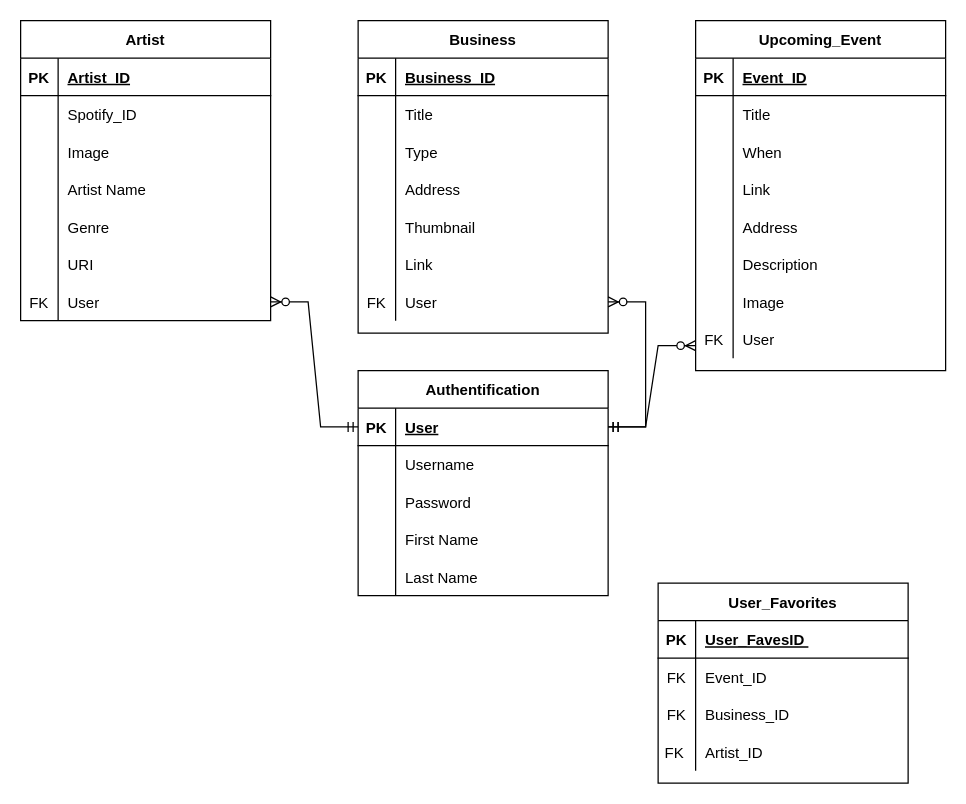
Earlier version of the draw.io diagram Untitled Diagram.drawio (NotNanetteKaye/FullStack-capstone2022). Source tidied: cells renumbered, new cells numbered last; positions are measured from the earlier drawing's top-left corner, leaving out a move shared by most shapes. Both pictures are drawn from the tidied source at 125%, with x=0, y=0 at pixel (20, 20).
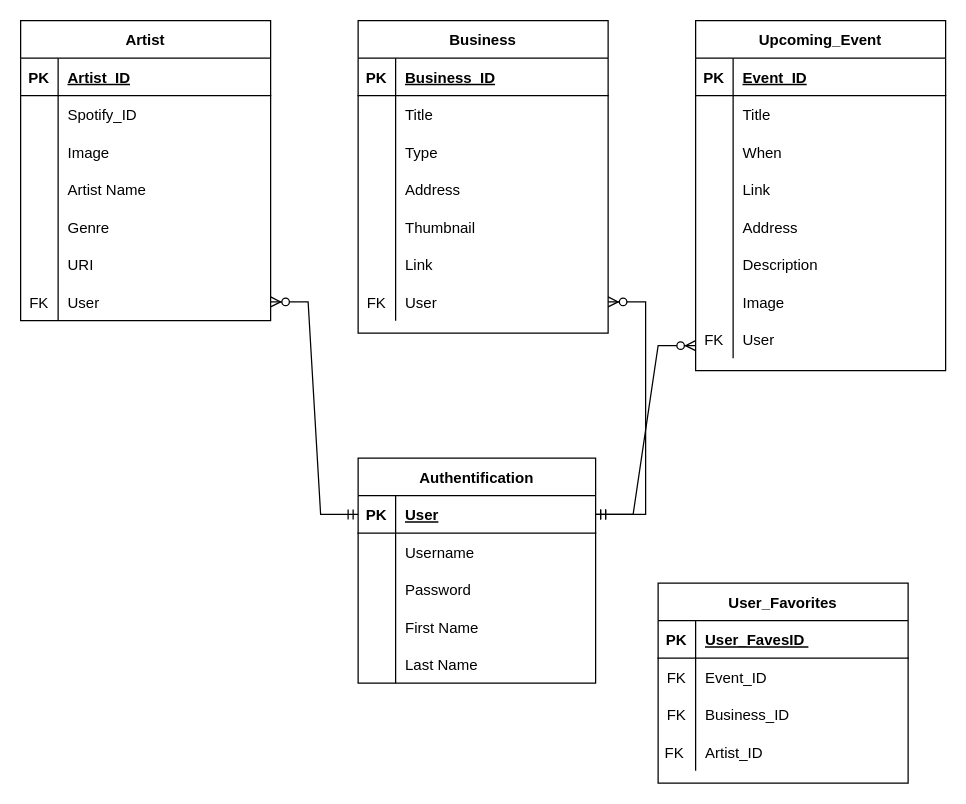
The same diagram, later.

Unchanged cells that the change refers to:
```xml
<mxCell id="59" style="shape=partialRectangle;fillColor=none;points=[[0,0.5],[1,0.5]];portConstraint=eastwest;top=0;left=0;right=0;bottom=0;" parent="40" vertex="1">
  <mxGeometry y="210" width="200" height="30" as="geometry" />
</mxCell>
```

Diff of the diagram source:
```diff
@@
     <mxCell id="84" value="Authentification" style="shape=table;startSize=30;childLayout=tableLayout;rowLines=0;fontStyle=1;align=center;" parent="1" vertex="1">
-      <mxGeometry x="270" y="280" width="200" height="180" as="geometry" />
+      <mxGeometry x="270" y="350" width="190" height="180" as="geometry" />
     </mxCell>
     <mxCell id="85" style="shape=partialRectangle;fillColor=none;points=[[0,0.5],[1,0.5]];portConstraint=eastwest;top=0;left=0;right=0;bottom=1;" parent="84" vertex="1">
-      <mxGeometry y="30" width="200" height="30" as="geometry" />
+      <mxGeometry y="30" width="190" height="30" as="geometry" />
     </mxCell>
@@
     <mxCell id="87" value="User" style="shape=partialRectangle;overflow=hidden;fillColor=none;top=0;left=0;bottom=0;right=0;align=left;spacingLeft=6;fontStyle=5;" parent="85" vertex="1">
-      <mxGeometry x="30" width="170" height="30" as="geometry" />
+      <mxGeometry x="30" width="160" height="30" as="geometry" />
     </mxCell>
     <mxCell id="88" style="shape=partialRectangle;fillColor=none;top=0;left=0;right=0;bottom=0;" parent="84" vertex="1">
-      <mxGeometry y="60" width="200" height="30" as="geometry" />
+      <mxGeometry y="60" width="190" height="30" as="geometry" />
     </mxCell>
@@
     <mxCell id="90" value="Username" style="shape=partialRectangle;overflow=hidden;fillColor=none;top=0;left=0;bottom=0;right=0;align=left;spacingLeft=6;" parent="88" vertex="1">
-      <mxGeometry x="30" width="170" height="30" as="geometry" />
+      <mxGeometry x="30" width="160" height="30" as="geometry" />
     </mxCell>
     <mxCell id="91" style="shape=partialRectangle;fillColor=none;top=0;left=0;right=0;bottom=0;" parent="84" vertex="1">
-      <mxGeometry y="90" width="200" height="30" as="geometry" />
+      <mxGeometry y="90" width="190" height="30" as="geometry" />
     </mxCell>
@@
     <mxCell id="93" value="Password" style="shape=partialRectangle;overflow=hidden;fillColor=none;top=0;left=0;bottom=0;right=0;align=left;spacingLeft=6;" parent="91" vertex="1">
-      <mxGeometry x="30" width="170" height="30" as="geometry" />
+      <mxGeometry x="30" width="160" height="30" as="geometry" />
     </mxCell>
     <mxCell id="94" style="shape=partialRectangle;fillColor=none;top=0;left=0;right=0;bottom=0;" parent="84" vertex="1">
-      <mxGeometry y="120" width="200" height="30" as="geometry" />
+      <mxGeometry y="120" width="190" height="30" as="geometry" />
     </mxCell>
@@
     <mxCell id="96" value="First Name" style="shape=partialRectangle;overflow=hidden;fillColor=none;top=0;left=0;bottom=0;right=0;align=left;spacingLeft=6;" parent="94" vertex="1">
-      <mxGeometry x="30" width="170" height="30" as="geometry" />
+      <mxGeometry x="30" width="160" height="30" as="geometry" />
     </mxCell>
     <mxCell id="97" style="shape=partialRectangle;fillColor=none;top=0;left=0;right=0;bottom=0;" parent="84" vertex="1">
-      <mxGeometry y="150" width="200" height="30" as="geometry" />
+      <mxGeometry y="150" width="190" height="30" as="geometry" />
     </mxCell>
@@
     <mxCell id="99" value="Last Name" style="shape=partialRectangle;overflow=hidden;fillColor=none;top=0;left=0;bottom=0;right=0;align=left;spacingLeft=6;" parent="97" vertex="1">
-      <mxGeometry x="30" width="170" height="30" as="geometry" />
+      <mxGeometry x="30" width="160" height="30" as="geometry" />
     </mxCell>
@@
-    <mxCell id="101" style="edgeStyle=entityRelationEdgeStyle;fontSize=12;html=1;endArrow=ERzeroToMany;startArrow=ERmandOne;rounded=0;" parent="1" edge="1" target="59">
-      <mxGeometry relative="1" as="geometry">
-        <mxPoint x="470" y="325" as="sourcePoint" />
-      </mxGeometry>
+    <mxCell id="101" style="edgeStyle=entityRelationEdgeStyle;fontSize=12;html=1;endArrow=ERzeroToMany;startArrow=ERmandOne;rounded=0;exitX=1;exitY=0.5;exitDx=0;exitDy=0;" parent="1" edge="1" source="85" target="59">
+      <mxGeometry relative="1" as="geometry" />
     </mxCell>
```
